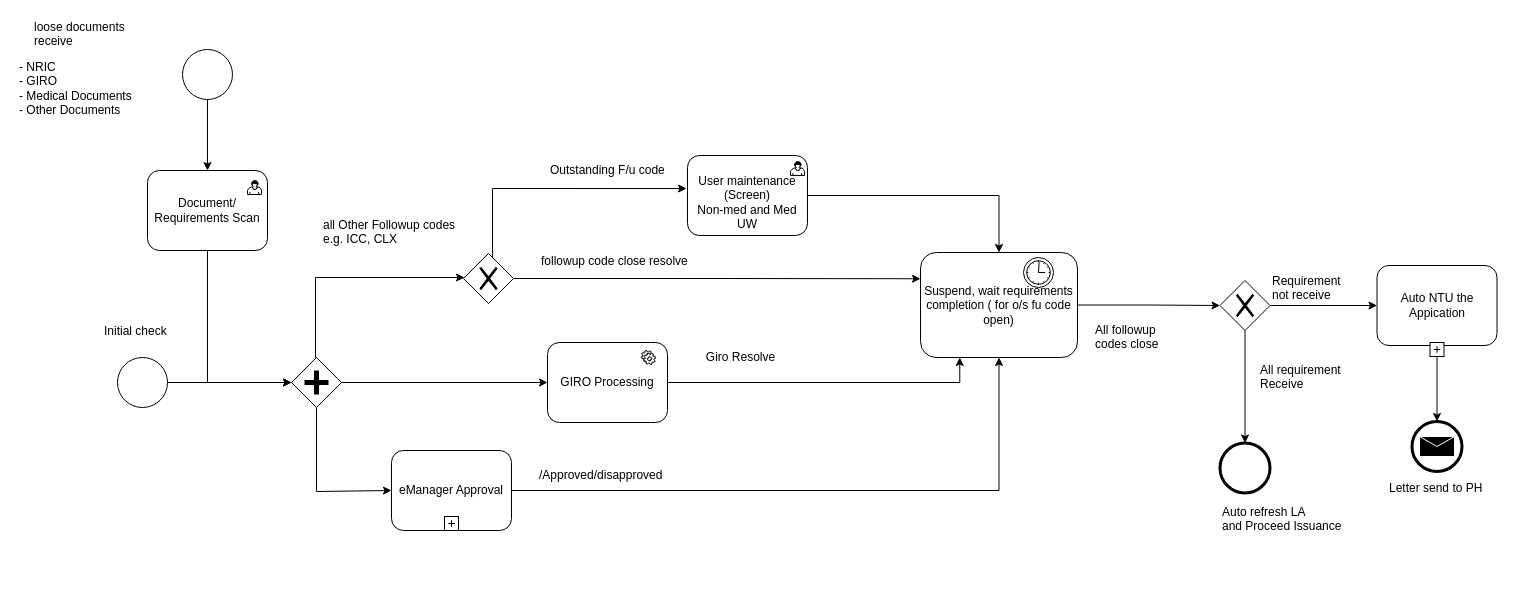
The draw.io diagram page "Pending Requirement check" (3 of 5) of Untitled Diagram.drawio in Jefferzonlee/WorkFlow-BPR, before the edit. Source tidied: cells renumbered, new cells numbered last; positions are measured from the earlier drawing's top-left corner, leaving out a move shared by most shapes. Both pictures are drawn from the tidied source at 100%, with x=0, y=0 at pixel (17, 17).
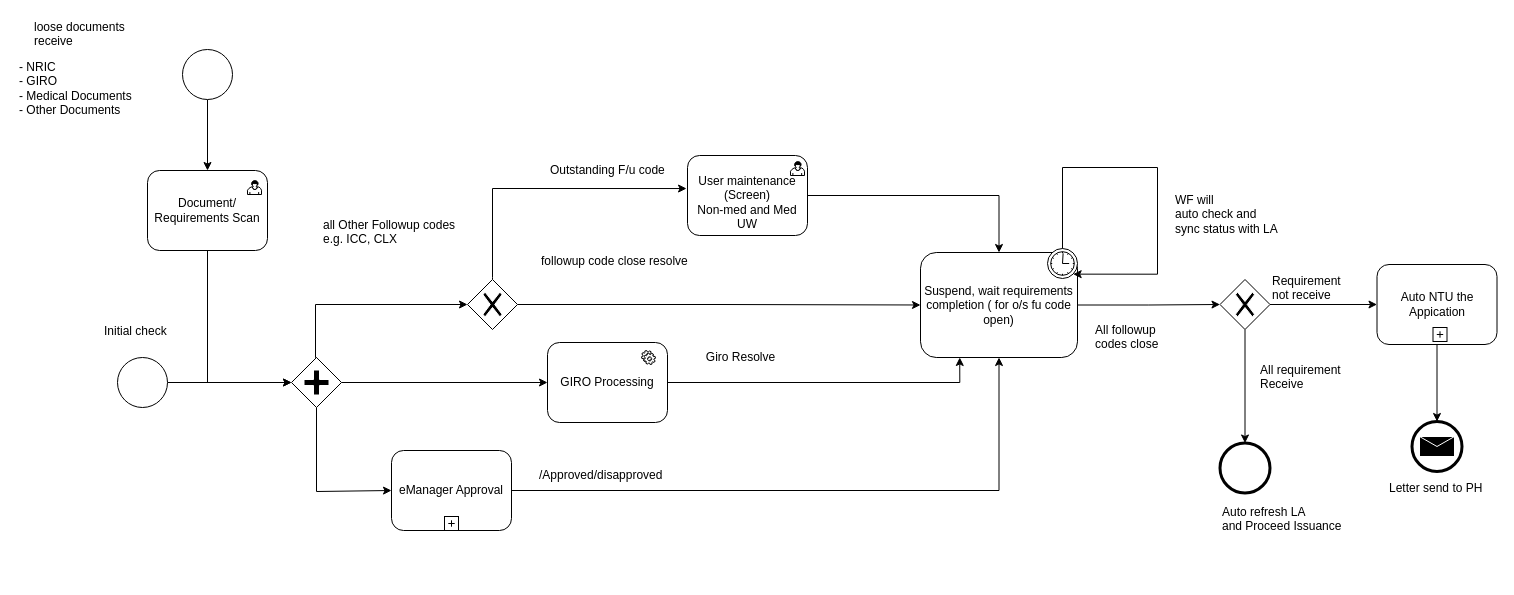
After the change.

Unchanged cells that the change refers to:
```xml
<mxCell id="5" value="Suspend, wait requirements completion ( for o/s fu code open)" style="shape=ext;rounded=1;html=1;whiteSpace=wrap;" parent="1" vertex="1">
  <mxGeometry x="903" y="235" width="157" height="105" as="geometry" />
</mxCell>
<mxCell id="32" style="shape=mxgraph.bpmn.shape;html=1;verticalLabelPosition=bottom;labelBackgroundColor=#ffffff;verticalAlign=top;align=center;perimeter=rhombusPerimeter;background=gateway;outlineConnect=0;outline=none;symbol=parallelGw;" parent="1" vertex="1">
  <mxGeometry x="274" y="340" width="50" height="50" as="geometry" />
</mxCell>
<mxCell id="36" value="&lt;br&gt;&amp;nbsp;User maintenance&amp;nbsp; (Screen)&lt;br&gt;Non-med and Med UW&lt;br&gt;" style="html=1;whiteSpace=wrap;rounded=1;" parent="1" vertex="1">
  <mxGeometry x="670" y="138" width="120" height="80" as="geometry" />
</mxCell>
```

Diff of the diagram source:
```diff
@@
     <mxCell id="10" style="shape=mxgraph.bpmn.timer_start;perimeter=ellipsePerimeter;html=1;labelPosition=right;labelBackgroundColor=#ffffff;align=left;outlineConnect=0;" parent="1" vertex="1">
-      <mxGeometry x="1006" y="240" width="30" height="30" as="geometry">
+      <mxGeometry x="1030" y="231" width="30" height="30" as="geometry">
         <mxPoint x="415" y="125" as="offset" />
       </mxGeometry>
     </mxCell>
@@
     <mxCell id="16" value="Auto NTU the Appication" style="shape=ext;rounded=1;html=1;whiteSpace=wrap;" parent="1" vertex="1">
-      <mxGeometry x="1359.5" y="248" width="120" height="80" as="geometry" />
+      <mxGeometry x="1359.5" y="247" width="120" height="80" as="geometry" />
     </mxCell>
@@
     <mxCell id="18" style="shape=plus;html=1;" parent="1" vertex="1">
-      <mxGeometry x="1412.5" y="325" width="14" height="14" as="geometry" />
+      <mxGeometry x="1415.5" y="310" width="14" height="14" as="geometry" />
     </mxCell>
@@
     <mxCell id="20" style="shape=mxgraph.bpmn.shape;html=1;verticalLabelPosition=bottom;labelBackgroundColor=#ffffff;verticalAlign=top;align=center;perimeter=rhombusPerimeter;background=gateway;outlineConnect=0;outline=none;symbol=exclusiveGw;" parent="1" vertex="1">
-      <mxGeometry x="1202.5" y="263" width="50" height="50" as="geometry" />
+      <mxGeometry x="1202.5" y="262" width="50" height="50" as="geometry" />
     </mxCell>
@@
-    <mxCell id="31" style="edgeStyle=orthogonalEdgeStyle;rounded=0;jettySize=auto;html=1;entryX=0;entryY=0.25;entryDx=0;entryDy=0;exitX=1;exitY=0.5;exitDx=0;exitDy=0;" parent="1" edge="1" source="39" target="5">
+    <mxCell id="31" style="edgeStyle=orthogonalEdgeStyle;rounded=0;jettySize=auto;html=1;entryX=0;entryY=0.5;entryDx=0;entryDy=0;exitX=1;exitY=0.5;exitDx=0;exitDy=0;" parent="1" edge="1" source="39" target="5">
       <mxGeometry relative="1" as="geometry" />
     </mxCell>
@@
-    <mxCell id="34" style="edgeStyle=orthogonalEdgeStyle;rounded=0;jettySize=auto;html=1;entryX=-0.008;entryY=0.413;entryDx=0;entryDy=0;entryPerimeter=0;exitX=0.5;exitY=0;exitDx=0;exitDy=0;" parent="1" edge="1" target="36">
+    <mxCell id="34" style="edgeStyle=orthogonalEdgeStyle;rounded=0;jettySize=auto;html=1;entryX=-0.008;entryY=0.413;entryDx=0;entryDy=0;entryPerimeter=0;exitX=0.5;exitY=0;exitDx=0;exitDy=0;" parent="1" edge="1" source="39" target="36">
       <mxGeometry relative="1" as="geometry">
-        <mxPoint x="475" y="249.7" as="sourcePoint" />
         <Array as="points">
-          <mxPoint x="475" y="171" />
+          <mxPoint x="475" y="260" />
+          <mxPoint x="475" y="170" />
         </Array>
       </mxGeometry>
     </mxCell>
@@
     <mxCell id="39" style="shape=mxgraph.bpmn.shape;html=1;verticalLabelPosition=bottom;labelBackgroundColor=#ffffff;verticalAlign=top;align=center;perimeter=rhombusPerimeter;background=gateway;outlineConnect=0;outline=none;symbol=exclusiveGw;" parent="1" vertex="1">
-      <mxGeometry x="446" y="236" width="50" height="50" as="geometry" />
+      <mxGeometry x="450" y="262" width="50" height="50" as="geometry" />
     </mxCell>
-    <mxCell id="40" style="edgeStyle=orthogonalEdgeStyle;rounded=0;jettySize=auto;html=1;exitX=0.5;exitY=0;exitDx=0;exitDy=0;" parent="1" edge="1" source="32" target="39">
+    <mxCell id="40" style="edgeStyle=orthogonalEdgeStyle;rounded=0;jettySize=auto;html=1;exitX=0.5;exitY=0;exitDx=0;exitDy=0;entryX=0;entryY=0.5;entryDx=0;entryDy=0;" parent="1" edge="1" source="32" target="39">
       <mxGeometry relative="1" as="geometry">
         <Array as="points">
-          <mxPoint x="298" y="260" />
+          <mxPoint x="298" y="287" />
         </Array>
       </mxGeometry>
     </mxCell>
@@
+    <mxCell id="50" style="edgeStyle=orthogonalEdgeStyle;rounded=0;orthogonalLoop=1;jettySize=auto;html=1;entryX=0.855;entryY=0.855;entryDx=0;entryDy=0;entryPerimeter=0;" parent="1" edge="1" source="10" target="10">
+      <mxGeometry relative="1" as="geometry">
+        <Array as="points">
+          <mxPoint x="1045" y="150" />
+          <mxPoint x="1140" y="150" />
+          <mxPoint x="1140" y="257" />
+        </Array>
+      </mxGeometry>
+    </mxCell>
+    <mxCell id="51" value="WF will &lt;br&gt;auto check and &lt;br&gt;sync status with LA&amp;nbsp;" style="text;html=1;align=left;verticalAlign=top;spacingTop=-4;" parent="1" vertex="1">
+      <mxGeometry x="1156" y="173" width="120" height="40" as="geometry" />
+    </mxCell>
```
